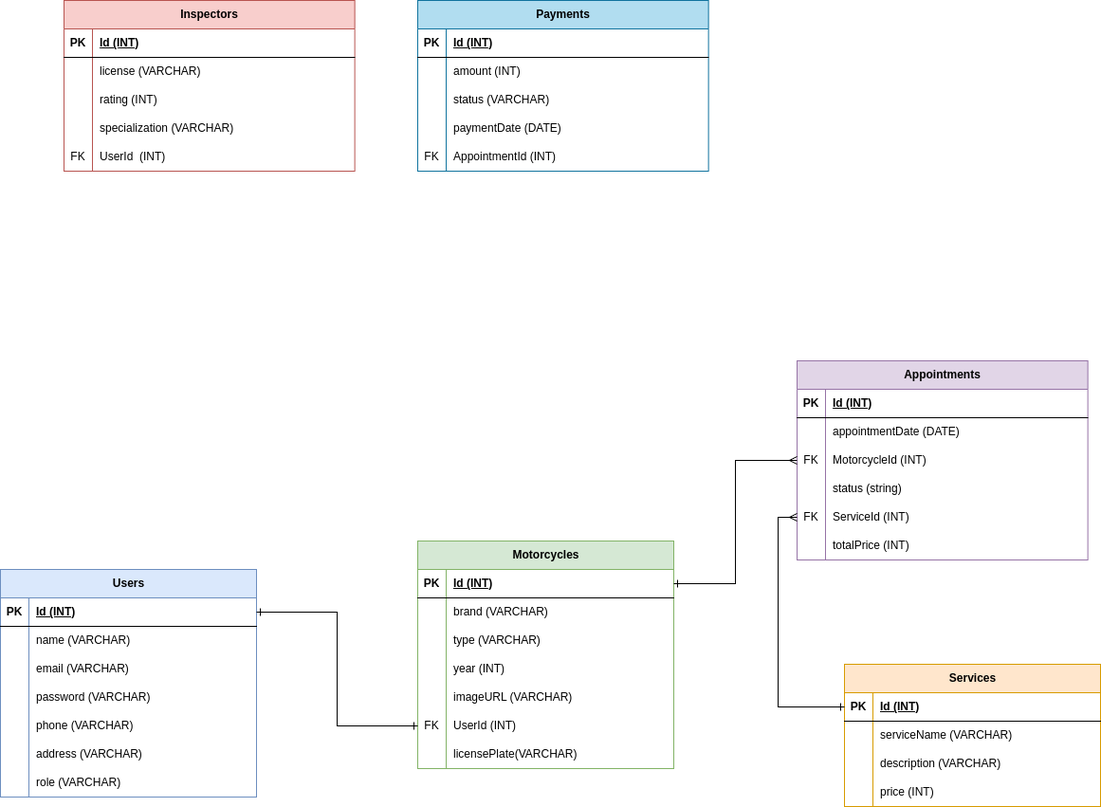
This is motorcycle-maintenance-system.png from adlljvd/motorcycle-maintenance-system, a draw.io export, as it was before one commit. Source tidied: cells renumbered, new cells last; positions are measured from the earlier drawing's top-left corner, leaving out a move shared by most shapes.
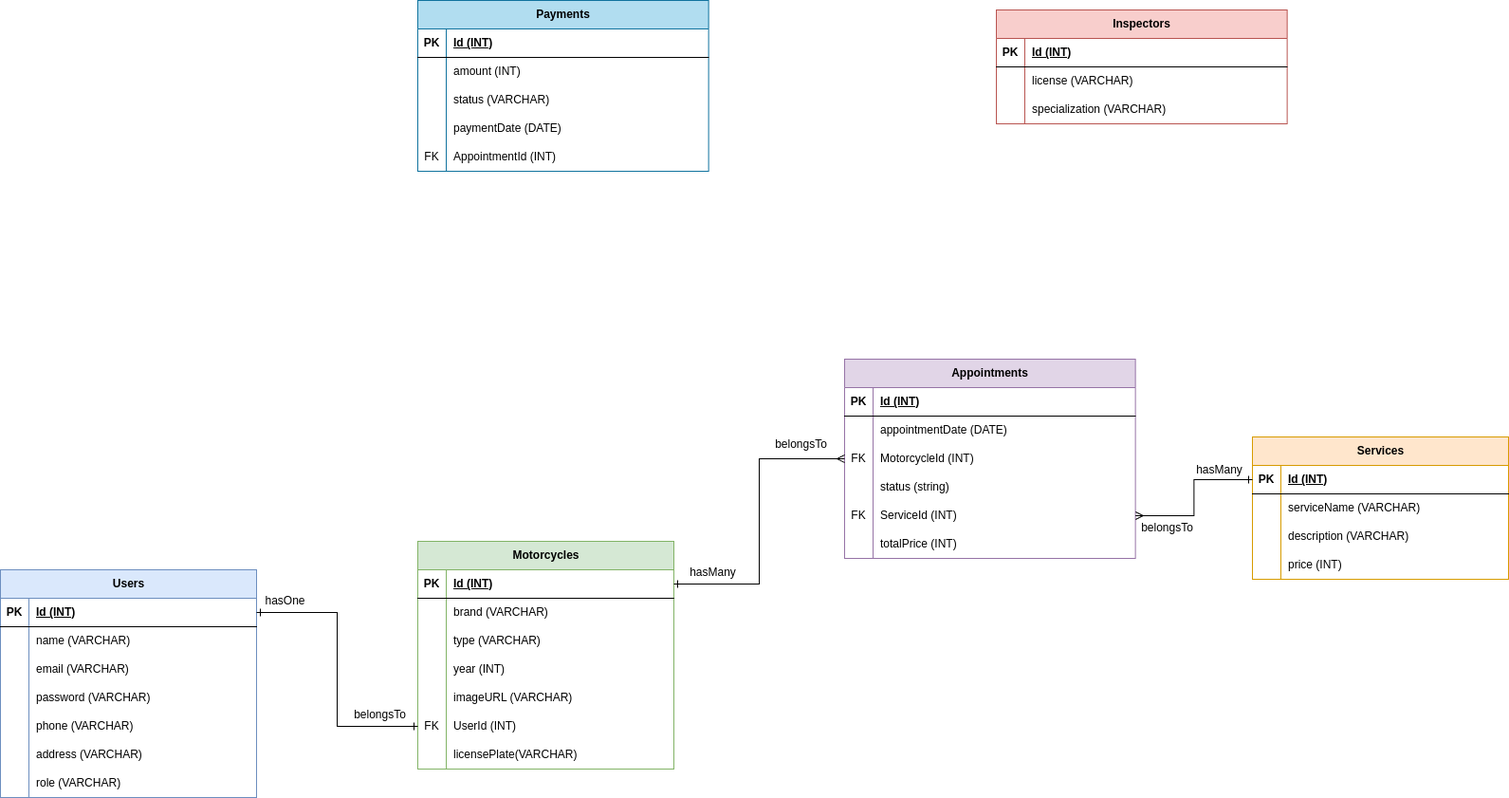
After the commit.

Diff of the diagram source:
```diff
@@ -135,7 +135,7 @@
       <mxGeometry x="30" width="240" height="30" as="geometry" />
     </mxCell>
     <mxCell id="46" value="Services" style="shape=table;startSize=30;rowLines=0;fontStyle=1;align=center;html=1;fillColor=#ffe6cc;strokeColor=#d79b00;" parent="1" vertex="1">
-      <mxGeometry x="890" y="700" width="270" height="150" as="geometry" />
+      <mxGeometry x="1320" y="460" width="270" height="150" as="geometry" />
     </mxCell>
     <mxCell id="47" style="shape=tableRow;horizontal=0;startSize=0;swimlaneHead=0;swimlaneBody=0;fillColor=none;points=[[0,0.5],[1,0.5]];portConstraint=eastwest;top=0;left=0;right=0;bottom=1;" parent="46" vertex="1">
       <mxGeometry y="30" width="270" height="30" as="geometry" />
@@ -174,7 +174,7 @@
       <mxGeometry x="30" width="240" height="30" as="geometry" />
     </mxCell>
     <mxCell id="59" value="Inspectors" style="shape=table;startSize=30;rowLines=0;fontStyle=1;align=center;html=1;fillColor=#f8cecc;swimlaneFillColor=default;strokeColor=#b85450;" parent="1" vertex="1">
-      <mxGeometry x="67" width="306.7" height="180" as="geometry" />
+      <mxGeometry x="1050" y="10" width="306.7" height="120" as="geometry" />
     </mxCell>
     <mxCell id="60" style="shape=tableRow;horizontal=0;startSize=0;swimlaneHead=0;swimlaneBody=0;fillColor=none;top=0;left=0;right=0;bottom=1;" parent="59" vertex="1">
       <mxGeometry y="30" width="306.7" height="30" as="geometry" />
@@ -194,17 +194,8 @@
     <mxCell id="65" value="license (VARCHAR)" style="shape=partialRectangle;fillColor=none;top=0;left=0;bottom=0;right=0;align=left;spacingLeft=6;overflow=hidden;whiteSpace=wrap;html=1;" parent="63" vertex="1">
       <mxGeometry x="30" width="276.7" height="30" as="geometry" />
     </mxCell>
-    <mxCell id="66" style="shape=tableRow;horizontal=0;startSize=0;swimlaneHead=0;swimlaneBody=0;fillColor=none;top=0;left=0;right=0;bottom=0;" parent="59" vertex="1">
-      <mxGeometry y="90" width="306.7" height="30" as="geometry" />
-    </mxCell>
-    <mxCell id="67" style="shape=partialRectangle;fillColor=none;top=0;left=0;bottom=0;right=0;overflow=hidden;whiteSpace=wrap;html=1;" parent="66" vertex="1">
-      <mxGeometry width="30" height="30" as="geometry" />
-    </mxCell>
-    <mxCell id="68" value="rating (INT)" style="shape=partialRectangle;fillColor=none;top=0;left=0;bottom=0;right=0;align=left;spacingLeft=6;overflow=hidden;whiteSpace=wrap;html=1;" parent="66" vertex="1">
-      <mxGeometry x="30" width="276.7" height="30" as="geometry" />
-    </mxCell>
     <mxCell id="69" style="shape=tableRow;horizontal=0;startSize=0;swimlaneHead=0;swimlaneBody=0;fillColor=none;top=0;left=0;right=0;bottom=0;" parent="59" vertex="1">
-      <mxGeometry y="120" width="306.7" height="30" as="geometry" />
+      <mxGeometry y="90" width="306.7" height="30" as="geometry" />
     </mxCell>
     <mxCell id="70" style="shape=partialRectangle;fillColor=none;top=0;left=0;bottom=0;right=0;overflow=hidden;whiteSpace=wrap;html=1;" parent="69" vertex="1">
       <mxGeometry width="30" height="30" as="geometry" />
@@ -212,15 +203,6 @@
     <mxCell id="71" value="specialization (VARCHAR)" style="shape=partialRectangle;fillColor=none;top=0;left=0;bottom=0;right=0;align=left;spacingLeft=6;overflow=hidden;whiteSpace=wrap;html=1;" parent="69" vertex="1">
       <mxGeometry x="30" width="276.7" height="30" as="geometry" />
     </mxCell>
-    <mxCell id="72" style="shape=tableRow;horizontal=0;startSize=0;swimlaneHead=0;swimlaneBody=0;fillColor=none;top=0;left=0;right=0;bottom=0;" parent="59" vertex="1">
-      <mxGeometry y="150" width="306.7" height="30" as="geometry" />
-    </mxCell>
-    <mxCell id="73" value="FK" style="shape=partialRectangle;fillColor=none;top=0;left=0;bottom=0;right=0;overflow=hidden;whiteSpace=wrap;html=1;" parent="72" vertex="1">
-      <mxGeometry width="30" height="30" as="geometry" />
-    </mxCell>
-    <mxCell id="74" value="UserId&amp;nbsp; (INT)" style="shape=partialRectangle;fillColor=none;top=0;left=0;bottom=0;right=0;align=left;spacingLeft=6;overflow=hidden;whiteSpace=wrap;html=1;" parent="72" vertex="1">
-      <mxGeometry x="30" width="276.7" height="30" as="geometry" />
-    </mxCell>
     <mxCell id="75" value="Payments" style="shape=table;startSize=30;rowLines=0;fontStyle=1;align=center;html=1;fillColor=#b1ddf0;swimlaneFillColor=default;strokeColor=#10739e;" parent="1" vertex="1">
       <mxGeometry x="440" width="306.7" height="180" as="geometry" />
     </mxCell>
@@ -270,7 +252,7 @@
       <mxGeometry x="30" width="276.7" height="30" as="geometry" />
     </mxCell>
     <mxCell id="91" value="Appointments" style="shape=table;startSize=30;rowLines=0;fontStyle=1;align=center;html=1;fillColor=#e1d5e7;swimlaneFillColor=default;strokeColor=#9673a6;" parent="1" vertex="1">
-      <mxGeometry x="840" y="380" width="306.7" height="210" as="geometry" />
+      <mxGeometry x="890" y="378" width="306.7" height="210" as="geometry" />
     </mxCell>
     <mxCell id="92" style="shape=tableRow;horizontal=0;startSize=0;swimlaneHead=0;swimlaneBody=0;fillColor=none;top=0;left=0;right=0;bottom=1;" parent="91" vertex="1">
       <mxGeometry y="30" width="306.7" height="30" as="geometry" />
@@ -332,8 +314,26 @@
     <mxCell id="111" style="edgeStyle=orthogonalEdgeStyle;rounded=0;jettySize=auto;html=1;entryX=0;entryY=0.5;entryDx=0;entryDy=0;startArrow=ERone;startFill=0;endArrow=ERmany;endFill=0;" parent="1" edge="1" source="25" target="98">
       <mxGeometry relative="1" as="geometry" />
     </mxCell>
-    <mxCell id="112" style="edgeStyle=orthogonalEdgeStyle;rounded=0;jettySize=auto;html=1;entryX=0;entryY=0.5;entryDx=0;entryDy=0;endArrow=ERmany;endFill=0;startArrow=ERone;startFill=0;" parent="1" edge="1" source="47" target="104">
+    <mxCell id="112" style="edgeStyle=orthogonalEdgeStyle;rounded=0;jettySize=auto;html=1;entryX=1;entryY=0.5;entryDx=0;entryDy=0;endArrow=ERmany;endFill=0;startArrow=ERone;startFill=0;" parent="1" edge="1" source="47" target="104">
       <mxGeometry relative="1" as="geometry" />
     </mxCell>
+    <mxCell id="113" value="hasOne" style="text;html=1;align=center;verticalAlign=middle;strokeColor=none;fillColor=none;" parent="1" vertex="1">
+      <mxGeometry x="265" y="618" width="70" height="30" as="geometry" />
+    </mxCell>
+    <mxCell id="114" value="belongsTo" style="text;html=1;align=center;verticalAlign=middle;strokeColor=none;fillColor=none;" parent="1" vertex="1">
+      <mxGeometry x="360" y="738" width="80" height="30" as="geometry" />
+    </mxCell>
+    <mxCell id="115" value="hasMany" style="text;html=1;align=center;verticalAlign=middle;strokeColor=none;fillColor=none;" parent="1" vertex="1">
+      <mxGeometry x="716" y="588" width="70" height="30" as="geometry" />
+    </mxCell>
+    <mxCell id="116" value="belongsTo" style="text;html=1;align=center;verticalAlign=middle;strokeColor=none;fillColor=none;" parent="1" vertex="1">
+      <mxGeometry x="804" y="453" width="80" height="30" as="geometry" />
+    </mxCell>
+    <mxCell id="117" value="belongsTo" style="text;html=1;align=center;verticalAlign=middle;strokeColor=none;fillColor=none;" parent="1" vertex="1">
+      <mxGeometry x="1190" y="541" width="80" height="30" as="geometry" />
+    </mxCell>
+    <mxCell id="118" value="hasMany" style="text;html=1;align=center;verticalAlign=middle;strokeColor=none;fillColor=none;" parent="1" vertex="1">
+      <mxGeometry x="1250" y="480" width="70" height="30" as="geometry" />
+    </mxCell>
   </root>
 </mxGraphModel>
```
